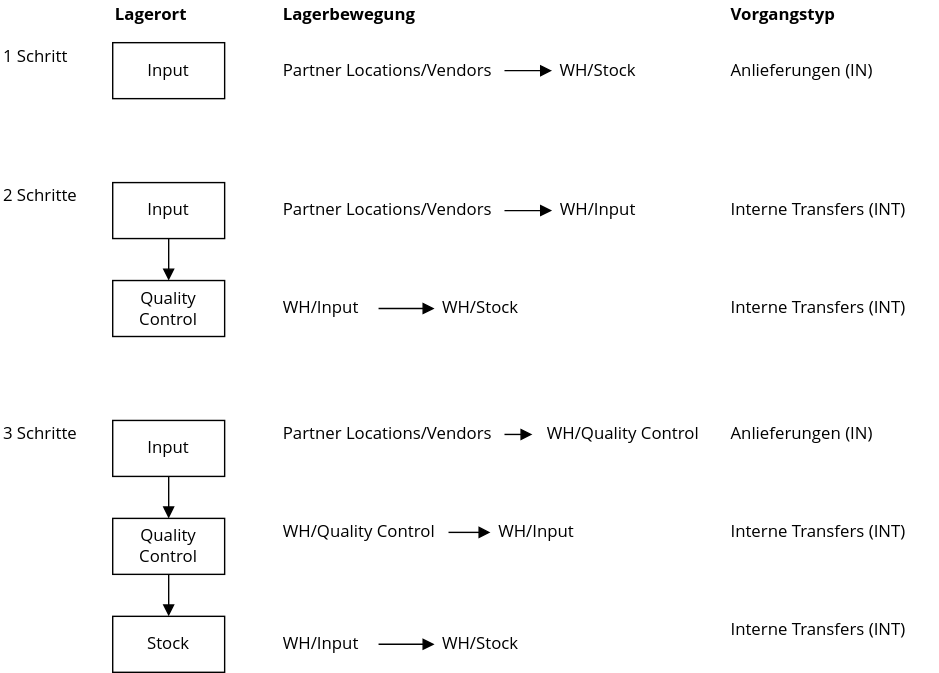
Before: assets/Lager Empfangsschritte.svg, a diagram exported from draw.io (Mint-System/Odoo-Wiki). Source tidied: cells renumbered, new cells last; positions are measured from the earlier drawing's top-left corner, leaving out a move shared by most shapes.
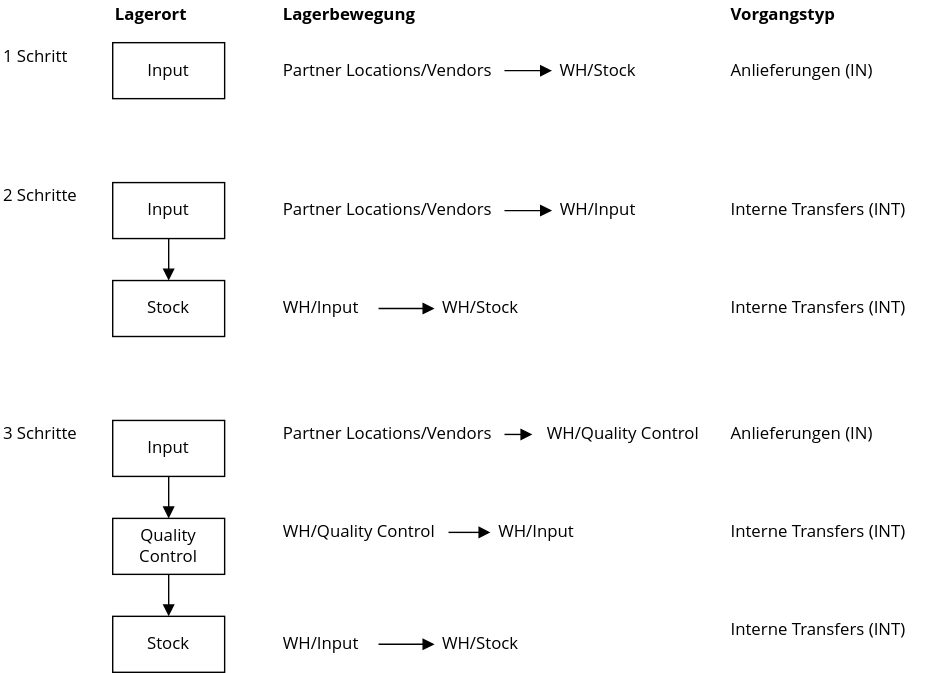
The same file after the commit.

Change to the diagram source:
```diff
@@ -5,7 +5,7 @@
     <mxCell id="2" value="Input" style="rounded=0;whiteSpace=wrap;html=1;fontFamily=Open Sans;" parent="1" vertex="1">
       <mxGeometry x="80" y="30" width="80" height="40" as="geometry" />
     </mxCell>
-    <mxCell id="3" value="Quality Control" style="rounded=0;whiteSpace=wrap;html=1;fontFamily=Open Sans;" parent="1" vertex="1">
+    <mxCell id="3" value="Stock" style="rounded=0;whiteSpace=wrap;html=1;fontFamily=Open Sans;" parent="1" vertex="1">
       <mxGeometry x="80" y="200" width="80" height="40" as="geometry" />
     </mxCell>
     <mxCell id="4" value="Stock" style="rounded=0;whiteSpace=wrap;html=1;fontFamily=Open Sans;" parent="1" vertex="1">
```
